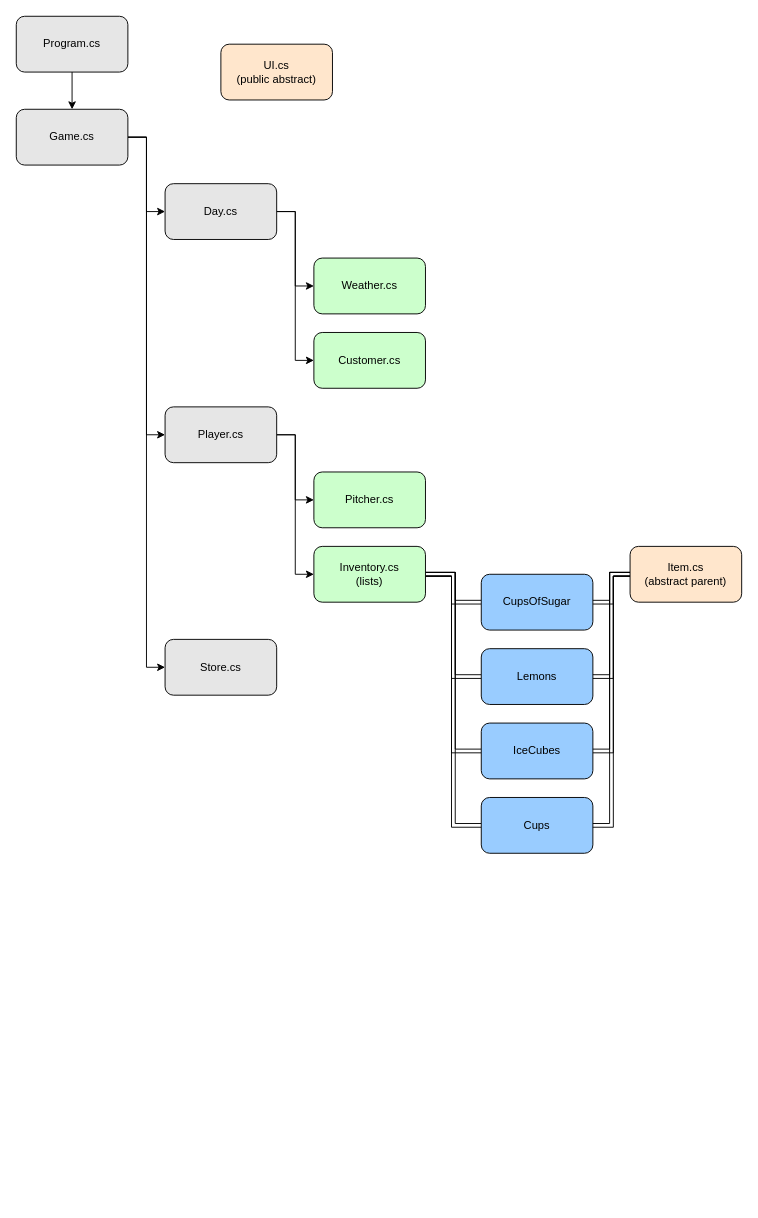
Earlier version of the draw.io diagram lemonade_Stand_UML.drawio (jtbowles/_lemonade_Stand). Source tidied: cells renumbered, new cells numbered last; positions are measured from the earlier drawing's top-left corner, leaving out a move shared by most shapes. Both pictures are drawn from the tidied source at 93%, with x=0, y=0 at pixel (16, 16).
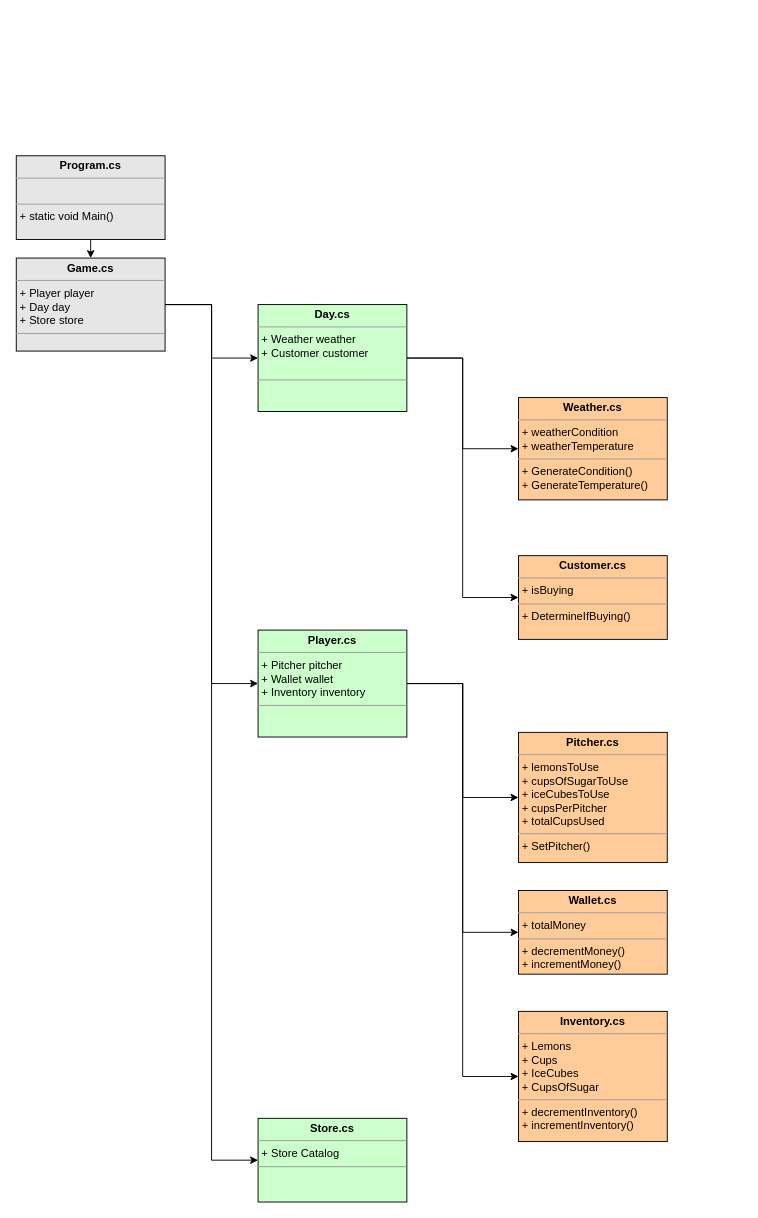
The same page after the edit.

The edit, as a diff of the source:
```diff
@@
-    <mxCell id="2" value="Program.cs" style="rounded=1;whiteSpace=wrap;html=1;fillColor=#E6E6E6;" parent="1" vertex="1">
-      <mxGeometry width="120" height="60" as="geometry" />
-    </mxCell>
-    <mxCell id="3" style="edgeStyle=orthogonalEdgeStyle;rounded=0;jettySize=auto;html=1;exitX=1;exitY=0.5;exitDx=0;exitDy=0;entryX=0;entryY=0.5;entryDx=0;entryDy=0;" parent="1" edge="1" source="6" target="11">
-      <mxGeometry relative="1" as="geometry" />
-    </mxCell>
-    <mxCell id="4" style="edgeStyle=orthogonalEdgeStyle;rounded=0;jettySize=auto;html=1;exitX=1;exitY=0.5;exitDx=0;exitDy=0;entryX=0;entryY=0.5;entryDx=0;entryDy=0;" parent="1" edge="1" source="6" target="16">
-      <mxGeometry relative="1" as="geometry" />
-    </mxCell>
-    <mxCell id="5" style="edgeStyle=orthogonalEdgeStyle;rounded=0;jettySize=auto;html=1;exitX=1;exitY=0.5;exitDx=0;exitDy=0;entryX=0;entryY=0.5;entryDx=0;entryDy=0;" parent="1" edge="1" source="6" target="32">
-      <mxGeometry relative="1" as="geometry" />
-    </mxCell>
-    <mxCell id="6" value="Game.cs" style="rounded=1;whiteSpace=wrap;html=1;fillColor=#E6E6E6;" parent="1" vertex="1">
-      <mxGeometry y="100" width="120" height="60" as="geometry" />
-    </mxCell>
-    <mxCell id="7" style="endArrow=classic;html=1;exitX=0.5;exitY=1;exitDx=0;exitDy=0;entryX=0.5;entryY=0;entryDx=0;entryDy=0;" parent="1" edge="1" source="2" target="6">
-      <mxGeometry relative="1" as="geometry" />
-    </mxCell>
-    <mxCell id="8" value="UI.cs&lt;br&gt;(public abstract)" style="rounded=1;whiteSpace=wrap;html=1;fillColor=#FFE6CC;" parent="1" vertex="1">
-      <mxGeometry x="220" y="30" width="120" height="60" as="geometry" />
-    </mxCell>
-    <mxCell id="9" style="edgeStyle=orthogonalEdgeStyle;rounded=0;jettySize=auto;html=1;exitX=1;exitY=0.5;exitDx=0;exitDy=0;entryX=0;entryY=0.5;entryDx=0;entryDy=0;" parent="1" edge="1" source="11" target="12">
-      <mxGeometry relative="1" as="geometry" />
-    </mxCell>
-    <mxCell id="10" style="edgeStyle=orthogonalEdgeStyle;rounded=0;jettySize=auto;html=1;exitX=1;exitY=0.5;exitDx=0;exitDy=0;entryX=0;entryY=0.5;entryDx=0;entryDy=0;" parent="1" edge="1" source="11" target="13">
-      <mxGeometry relative="1" as="geometry" />
-    </mxCell>
-    <mxCell id="11" value="Day.cs" style="rounded=1;whiteSpace=wrap;html=1;fillColor=#E6E6E6;" parent="1" vertex="1">
-      <mxGeometry x="160" y="180" width="120" height="60" as="geometry" />
-    </mxCell>
-    <mxCell id="12" value="Weather.cs" style="rounded=1;whiteSpace=wrap;html=1;fillColor=#CCFFCC;" parent="1" vertex="1">
-      <mxGeometry x="320" y="260" width="120" height="60" as="geometry" />
-    </mxCell>
-    <mxCell id="13" value="Customer.cs" style="rounded=1;whiteSpace=wrap;html=1;fillColor=#CCFFCC;" parent="1" vertex="1">
-      <mxGeometry x="320" y="340" width="120" height="60" as="geometry" />
-    </mxCell>
-    <mxCell id="14" style="edgeStyle=orthogonalEdgeStyle;rounded=0;jettySize=auto;html=1;exitX=1;exitY=0.5;exitDx=0;exitDy=0;entryX=0;entryY=0.5;entryDx=0;entryDy=0;" parent="1" edge="1" source="16" target="17">
-      <mxGeometry relative="1" as="geometry" />
-    </mxCell>
-    <mxCell id="15" style="edgeStyle=orthogonalEdgeStyle;rounded=0;jettySize=auto;html=1;exitX=1;exitY=0.5;exitDx=0;exitDy=0;entryX=0;entryY=0.5;entryDx=0;entryDy=0;" parent="1" edge="1" source="16" target="22">
-      <mxGeometry relative="1" as="geometry" />
-    </mxCell>
-    <mxCell id="16" value="Player.cs" style="rounded=1;whiteSpace=wrap;html=1;fillColor=#E6E6E6;" parent="1" vertex="1">
-      <mxGeometry x="160" y="420" width="120" height="60" as="geometry" />
-    </mxCell>
-    <mxCell id="17" value="Pitcher.cs" style="rounded=1;whiteSpace=wrap;html=1;fillColor=#CCFFCC;" parent="1" vertex="1">
-      <mxGeometry x="320" y="490" width="120" height="60" as="geometry" />
-    </mxCell>
-    <mxCell id="18" style="edgeStyle=orthogonalEdgeStyle;shape=link;rounded=0;jettySize=auto;html=1;exitX=1;exitY=0.5;exitDx=0;exitDy=0;entryX=0;entryY=0.5;entryDx=0;entryDy=0;" parent="1" edge="1" source="22" target="26">
-      <mxGeometry relative="1" as="geometry" />
-    </mxCell>
-    <mxCell id="19" style="edgeStyle=orthogonalEdgeStyle;shape=link;rounded=0;jettySize=auto;html=1;exitX=1;exitY=0.5;exitDx=0;exitDy=0;entryX=0;entryY=0.5;entryDx=0;entryDy=0;" parent="1" edge="1" source="22" target="25">
-      <mxGeometry relative="1" as="geometry" />
-    </mxCell>
-    <mxCell id="20" style="edgeStyle=orthogonalEdgeStyle;shape=link;rounded=0;jettySize=auto;html=1;exitX=1;exitY=0.5;exitDx=0;exitDy=0;entryX=0;entryY=0.5;entryDx=0;entryDy=0;" parent="1" edge="1" source="22" target="24">
-      <mxGeometry relative="1" as="geometry" />
-    </mxCell>
-    <mxCell id="21" style="edgeStyle=orthogonalEdgeStyle;shape=link;rounded=0;jettySize=auto;html=1;exitX=1;exitY=0.5;exitDx=0;exitDy=0;entryX=0;entryY=0.5;entryDx=0;entryDy=0;" parent="1" edge="1" source="22" target="23">
-      <mxGeometry relative="1" as="geometry" />
-    </mxCell>
-    <mxCell id="22" value="Inventory.cs&lt;br&gt;(lists)" style="rounded=1;whiteSpace=wrap;html=1;fillColor=#CCFFCC;" parent="1" vertex="1">
-      <mxGeometry x="320" y="570" width="120" height="60" as="geometry" />
-    </mxCell>
-    <mxCell id="23" value="CupsOfSugar" style="rounded=1;whiteSpace=wrap;html=1;fillColor=#99CCFF;" parent="1" vertex="1">
-      <mxGeometry x="500" y="600" width="120" height="60" as="geometry" />
-    </mxCell>
-    <mxCell id="24" value="Lemons" style="rounded=1;whiteSpace=wrap;html=1;fillColor=#99CCFF;" parent="1" vertex="1">
-      <mxGeometry x="500" y="680" width="120" height="60" as="geometry" />
-    </mxCell>
-    <mxCell id="25" value="IceCubes" style="rounded=1;whiteSpace=wrap;html=1;fillColor=#99CCFF;" parent="1" vertex="1">
-      <mxGeometry x="500" y="760" width="120" height="60" as="geometry" />
-    </mxCell>
-    <mxCell id="26" value="Cups" style="rounded=1;whiteSpace=wrap;html=1;fillColor=#99CCFF;" parent="1" vertex="1">
-      <mxGeometry x="500" y="840" width="120" height="60" as="geometry" />
-    </mxCell>
-    <mxCell id="27" style="edgeStyle=orthogonalEdgeStyle;shape=link;rounded=0;jettySize=auto;html=1;exitX=0;exitY=0.5;exitDx=0;exitDy=0;entryX=1;entryY=0.5;entryDx=0;entryDy=0;" parent="1" edge="1" source="31" target="26">
-      <mxGeometry relative="1" as="geometry" />
-    </mxCell>
-    <mxCell id="28" style="edgeStyle=orthogonalEdgeStyle;shape=link;rounded=0;jettySize=auto;html=1;exitX=0;exitY=0.5;exitDx=0;exitDy=0;entryX=1;entryY=0.5;entryDx=0;entryDy=0;" parent="1" edge="1" source="31" target="25">
-      <mxGeometry relative="1" as="geometry" />
-    </mxCell>
-    <mxCell id="29" style="edgeStyle=orthogonalEdgeStyle;shape=link;rounded=0;jettySize=auto;html=1;exitX=0;exitY=0.5;exitDx=0;exitDy=0;entryX=1;entryY=0.5;entryDx=0;entryDy=0;" parent="1" edge="1" source="31" target="24">
-      <mxGeometry relative="1" as="geometry" />
-    </mxCell>
-    <mxCell id="30" style="edgeStyle=orthogonalEdgeStyle;shape=link;rounded=0;jettySize=auto;html=1;exitX=0;exitY=0.5;exitDx=0;exitDy=0;entryX=1;entryY=0.5;entryDx=0;entryDy=0;" parent="1" edge="1" source="31" target="23">
-      <mxGeometry relative="1" as="geometry" />
-    </mxCell>
-    <mxCell id="31" value="Item.cs&lt;br&gt;(abstract parent)" style="rounded=1;whiteSpace=wrap;html=1;fillColor=#FFE6CC;" parent="1" vertex="1">
-      <mxGeometry x="660" y="570" width="120" height="60" as="geometry" />
-    </mxCell>
-    <mxCell id="32" value="Store.cs" style="rounded=1;whiteSpace=wrap;html=1;fillColor=#E6E6E6;" parent="1" vertex="1">
-      <mxGeometry x="160" y="670" width="120" height="60" as="geometry" />
-    </mxCell>
+    <mxCell id="33" style="edgeStyle=orthogonalEdgeStyle;rounded=0;jettySize=auto;html=1;exitX=0.5;exitY=1;exitDx=0;exitDy=0;entryX=0.5;entryY=0;entryDx=0;entryDy=0;" parent="1" edge="1" source="34" target="38">
+      <mxGeometry relative="1" as="geometry" />
+    </mxCell>
+    <mxCell id="34" value="&lt;p style=&quot;margin: 0px ; margin-top: 4px ; text-align: center&quot;&gt;&lt;b&gt;Program.cs&lt;/b&gt;&lt;/p&gt;&lt;hr size=&quot;1&quot;&gt;&lt;p style=&quot;margin: 0px ; margin-left: 4px&quot;&gt;&lt;br&gt;&lt;/p&gt;&lt;hr size=&quot;1&quot;&gt;&lt;p style=&quot;margin: 0px ; margin-left: 4px&quot;&gt;+ static void Main()&lt;/p&gt;" style="verticalAlign=top;align=left;overflow=fill;fontSize=12;fontFamily=Helvetica;html=1;fillColor=#E6E6E6;" parent="1" vertex="1">
+      <mxGeometry y="150" width="160" height="90" as="geometry" />
+    </mxCell>
+    <mxCell id="35" style="edgeStyle=orthogonalEdgeStyle;rounded=0;jettySize=auto;html=1;exitX=1;exitY=0.5;exitDx=0;exitDy=0;entryX=0;entryY=0.5;entryDx=0;entryDy=0;" parent="1" edge="1" source="38" target="41">
+      <mxGeometry relative="1" as="geometry" />
+    </mxCell>
+    <mxCell id="36" style="edgeStyle=orthogonalEdgeStyle;rounded=0;jettySize=auto;html=1;exitX=1;exitY=0.5;exitDx=0;exitDy=0;entryX=0;entryY=0.5;entryDx=0;entryDy=0;" parent="1" edge="1" source="38" target="47">
+      <mxGeometry relative="1" as="geometry" />
+    </mxCell>
+    <mxCell id="37" style="edgeStyle=orthogonalEdgeStyle;rounded=0;jettySize=auto;html=1;exitX=1;exitY=0.5;exitDx=0;exitDy=0;entryX=0;entryY=0.5;entryDx=0;entryDy=0;" parent="1" edge="1" source="38" target="51">
+      <mxGeometry relative="1" as="geometry" />
+    </mxCell>
+    <mxCell id="38" value="&lt;p style=&quot;margin: 0px ; margin-top: 4px ; text-align: center&quot;&gt;&lt;b&gt;Game.cs&lt;/b&gt;&lt;/p&gt;&lt;hr size=&quot;1&quot;&gt;&lt;p style=&quot;margin: 0px ; margin-left: 4px&quot;&gt;+ Player player&lt;/p&gt;&lt;p style=&quot;margin: 0px ; margin-left: 4px&quot;&gt;+ Day day&lt;/p&gt;&lt;p style=&quot;margin: 0px ; margin-left: 4px&quot;&gt;+ Store store&lt;/p&gt;&lt;hr size=&quot;1&quot;&gt;&lt;p style=&quot;margin: 0px ; margin-left: 4px&quot;&gt;&lt;br&gt;&lt;/p&gt;" style="verticalAlign=top;align=left;overflow=fill;fontSize=12;fontFamily=Helvetica;html=1;fillColor=#E6E6E6;" parent="1" vertex="1">
+      <mxGeometry y="260" width="160" height="100" as="geometry" />
+    </mxCell>
+    <mxCell id="39" style="edgeStyle=orthogonalEdgeStyle;rounded=0;jettySize=auto;html=1;exitX=1;exitY=0.5;exitDx=0;exitDy=0;entryX=0;entryY=0.5;entryDx=0;entryDy=0;" parent="1" edge="1" source="41" target="42">
+      <mxGeometry relative="1" as="geometry" />
+    </mxCell>
+    <mxCell id="40" style="edgeStyle=orthogonalEdgeStyle;rounded=0;jettySize=auto;html=1;exitX=1;exitY=0.5;exitDx=0;exitDy=0;entryX=0;entryY=0.5;entryDx=0;entryDy=0;" parent="1" edge="1" source="41" target="43">
+      <mxGeometry relative="1" as="geometry" />
+    </mxCell>
+    <mxCell id="41" value="&lt;p style=&quot;margin: 0px ; margin-top: 4px ; text-align: center&quot;&gt;&lt;b&gt;Day.cs&lt;/b&gt;&lt;/p&gt;&lt;hr size=&quot;1&quot;&gt;&lt;p style=&quot;margin: 0px ; margin-left: 4px&quot;&gt;+ Weather weather&lt;/p&gt;&lt;p style=&quot;margin: 0px ; margin-left: 4px&quot;&gt;+ Customer customer&lt;/p&gt;&lt;p style=&quot;margin: 0px ; margin-left: 4px&quot;&gt;&lt;br&gt;&lt;/p&gt;&lt;hr size=&quot;1&quot;&gt;&lt;p style=&quot;margin: 0px ; margin-left: 4px&quot;&gt;&lt;br&gt;&lt;/p&gt;" style="verticalAlign=top;align=left;overflow=fill;fontSize=12;fontFamily=Helvetica;html=1;fillColor=#CCFFCC;" parent="1" vertex="1">
+      <mxGeometry x="260" y="310" width="160" height="115" as="geometry" />
+    </mxCell>
+    <mxCell id="42" value="&lt;p style=&quot;margin: 0px ; margin-top: 4px ; text-align: center&quot;&gt;&lt;b&gt;Weather.cs&lt;/b&gt;&lt;/p&gt;&lt;hr size=&quot;1&quot;&gt;&lt;p style=&quot;margin: 0px ; margin-left: 4px&quot;&gt;+ weatherCondition&lt;/p&gt;&lt;p style=&quot;margin: 0px ; margin-left: 4px&quot;&gt;+ weatherTemperature&lt;/p&gt;&lt;hr size=&quot;1&quot;&gt;&lt;p style=&quot;margin: 0px ; margin-left: 4px&quot;&gt;+ GenerateCondition()&lt;/p&gt;&lt;p style=&quot;margin: 0px ; margin-left: 4px&quot;&gt;+ GenerateTemperature()&lt;/p&gt;" style="verticalAlign=top;align=left;overflow=fill;fontSize=12;fontFamily=Helvetica;html=1;fillColor=#FFCC99;" parent="1" vertex="1">
+      <mxGeometry x="540" y="410" width="160" height="110" as="geometry" />
+    </mxCell>
+    <mxCell id="43" value="&lt;p style=&quot;margin: 0px ; margin-top: 4px ; text-align: center&quot;&gt;&lt;b&gt;Customer.cs&lt;/b&gt;&lt;/p&gt;&lt;hr size=&quot;1&quot;&gt;&lt;p style=&quot;margin: 0px ; margin-left: 4px&quot;&gt;+ isBuying&lt;/p&gt;&lt;hr size=&quot;1&quot;&gt;&lt;p style=&quot;margin: 0px ; margin-left: 4px&quot;&gt;+ DetermineIfBuying()&lt;/p&gt;" style="verticalAlign=top;align=left;overflow=fill;fontSize=12;fontFamily=Helvetica;html=1;fillColor=#FFCC99;" parent="1" vertex="1">
+      <mxGeometry x="540" y="580" width="160" height="90" as="geometry" />
+    </mxCell>
+    <mxCell id="44" style="edgeStyle=orthogonalEdgeStyle;rounded=0;jettySize=auto;html=1;exitX=1;exitY=0.5;exitDx=0;exitDy=0;entryX=0;entryY=0.5;entryDx=0;entryDy=0;" parent="1" edge="1" source="47" target="48">
+      <mxGeometry relative="1" as="geometry" />
+    </mxCell>
+    <mxCell id="45" style="edgeStyle=orthogonalEdgeStyle;rounded=0;jettySize=auto;html=1;exitX=1;exitY=0.5;exitDx=0;exitDy=0;entryX=0;entryY=0.5;entryDx=0;entryDy=0;" parent="1" edge="1" source="47" target="49">
+      <mxGeometry relative="1" as="geometry" />
+    </mxCell>
+    <mxCell id="46" style="edgeStyle=orthogonalEdgeStyle;rounded=0;jettySize=auto;html=1;exitX=1;exitY=0.5;exitDx=0;exitDy=0;entryX=0;entryY=0.5;entryDx=0;entryDy=0;" parent="1" edge="1" source="47" target="50">
+      <mxGeometry relative="1" as="geometry" />
+    </mxCell>
+    <mxCell id="47" value="&lt;p style=&quot;margin: 0px ; margin-top: 4px ; text-align: center&quot;&gt;&lt;b&gt;Player.cs&lt;/b&gt;&lt;/p&gt;&lt;hr size=&quot;1&quot;&gt;&lt;p style=&quot;margin: 0px ; margin-left: 4px&quot;&gt;+ Pitcher pitcher&lt;/p&gt;&lt;p style=&quot;margin: 0px ; margin-left: 4px&quot;&gt;+ Wallet wallet&lt;/p&gt;&lt;p style=&quot;margin: 0px ; margin-left: 4px&quot;&gt;+ Inventory inventory&lt;/p&gt;&lt;hr size=&quot;1&quot;&gt;&lt;p style=&quot;margin: 0px ; margin-left: 4px&quot;&gt;&lt;br&gt;&lt;/p&gt;" style="verticalAlign=top;align=left;overflow=fill;fontSize=12;fontFamily=Helvetica;html=1;fillColor=#CCFFCC;" parent="1" vertex="1">
+      <mxGeometry x="260" y="660" width="160" height="115" as="geometry" />
+    </mxCell>
+    <mxCell id="48" value="&lt;p style=&quot;margin: 0px ; margin-top: 4px ; text-align: center&quot;&gt;&lt;b&gt;Pitcher.cs&lt;/b&gt;&lt;/p&gt;&lt;hr size=&quot;1&quot;&gt;&lt;p style=&quot;margin: 0px ; margin-left: 4px&quot;&gt;+ lemonsToUse&lt;/p&gt;&lt;p style=&quot;margin: 0px ; margin-left: 4px&quot;&gt;+ cupsOfSugarToUse&lt;/p&gt;&lt;p style=&quot;margin: 0px ; margin-left: 4px&quot;&gt;+ iceCubesToUse&lt;/p&gt;&lt;p style=&quot;margin: 0px ; margin-left: 4px&quot;&gt;+ cupsPerPitcher&lt;/p&gt;&lt;p style=&quot;margin: 0px ; margin-left: 4px&quot;&gt;+ totalCupsUsed&lt;/p&gt;&lt;hr size=&quot;1&quot;&gt;&lt;p style=&quot;margin: 0px ; margin-left: 4px&quot;&gt;+ SetPitcher()&lt;/p&gt;" style="verticalAlign=top;align=left;overflow=fill;fontSize=12;fontFamily=Helvetica;html=1;fillColor=#FFCC99;" parent="1" vertex="1">
+      <mxGeometry x="540" y="770" width="160" height="140" as="geometry" />
+    </mxCell>
+    <mxCell id="49" value="&lt;p style=&quot;margin: 0px ; margin-top: 4px ; text-align: center&quot;&gt;&lt;b&gt;Wallet.cs&lt;/b&gt;&lt;/p&gt;&lt;hr size=&quot;1&quot;&gt;&lt;p style=&quot;margin: 0px ; margin-left: 4px&quot;&gt;+ totalMoney&lt;/p&gt;&lt;hr size=&quot;1&quot;&gt;&lt;p style=&quot;margin: 0px ; margin-left: 4px&quot;&gt;+ decrementMoney()&lt;/p&gt;&lt;p style=&quot;margin: 0px ; margin-left: 4px&quot;&gt;+ incrementMoney()&lt;/p&gt;" style="verticalAlign=top;align=left;overflow=fill;fontSize=12;fontFamily=Helvetica;html=1;fillColor=#FFCC99;" parent="1" vertex="1">
+      <mxGeometry x="540" y="940" width="160" height="90" as="geometry" />
+    </mxCell>
+    <mxCell id="50" value="&lt;p style=&quot;margin: 0px ; margin-top: 4px ; text-align: center&quot;&gt;&lt;b&gt;Inventory.cs&lt;/b&gt;&lt;/p&gt;&lt;hr size=&quot;1&quot;&gt;&lt;p style=&quot;margin: 0px ; margin-left: 4px&quot;&gt;+ Lemons&lt;/p&gt;&lt;p style=&quot;margin: 0px ; margin-left: 4px&quot;&gt;+ Cups&lt;/p&gt;&lt;p style=&quot;margin: 0px ; margin-left: 4px&quot;&gt;+ IceCubes&lt;/p&gt;&lt;p style=&quot;margin: 0px ; margin-left: 4px&quot;&gt;+ CupsOfSugar&lt;/p&gt;&lt;hr size=&quot;1&quot;&gt;&lt;p style=&quot;margin: 0px ; margin-left: 4px&quot;&gt;+ decrementInventory()&lt;/p&gt;&lt;p style=&quot;margin: 0px ; margin-left: 4px&quot;&gt;+ incrementInventory()&lt;/p&gt;" style="verticalAlign=top;align=left;overflow=fill;fontSize=12;fontFamily=Helvetica;html=1;fillColor=#FFCC99;" parent="1" vertex="1">
+      <mxGeometry x="540" y="1070" width="160" height="140" as="geometry" />
+    </mxCell>
+    <mxCell id="51" value="&lt;p style=&quot;margin: 0px ; margin-top: 4px ; text-align: center&quot;&gt;&lt;b&gt;Store.cs&lt;/b&gt;&lt;/p&gt;&lt;hr size=&quot;1&quot;&gt;&lt;p style=&quot;margin: 0px ; margin-left: 4px&quot;&gt;+ Store Catalog&lt;/p&gt;&lt;hr size=&quot;1&quot;&gt;&lt;p style=&quot;margin: 0px ; margin-left: 4px&quot;&gt;&lt;br&gt;&lt;/p&gt;" style="verticalAlign=top;align=left;overflow=fill;fontSize=12;fontFamily=Helvetica;html=1;fillColor=#CCFFCC;" parent="1" vertex="1">
+      <mxGeometry x="260" y="1185" width="160" height="90" as="geometry" />
+    </mxCell>
```
